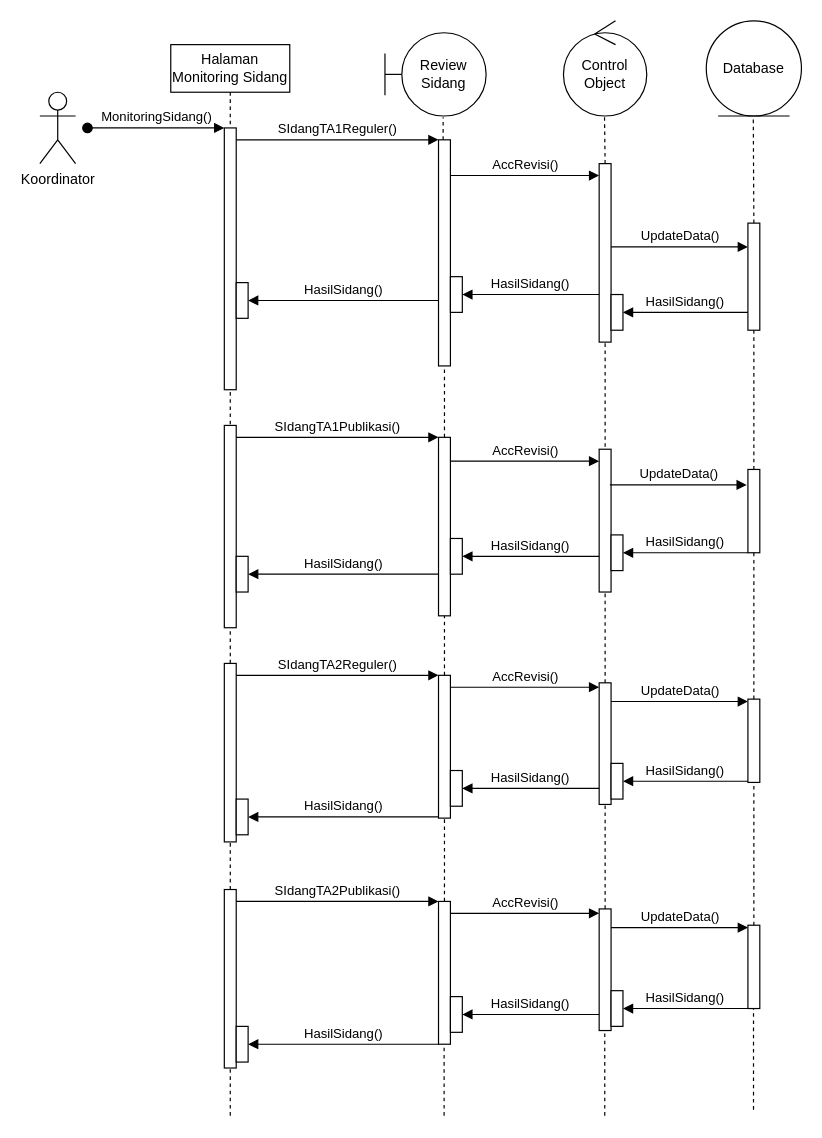
Earlier version of the draw.io diagram Website Bimbingan Online/Sequence Diagram/monitoring sidang.drawio (BagusCPaste/draw.io). Source tidied: cells renumbered, new cells numbered last; positions are measured from the earlier drawing's top-left corner, leaving out a move shared by most shapes. Both pictures are drawn from the tidied source at 119%, with x=0, y=0 at pixel (39, 20).
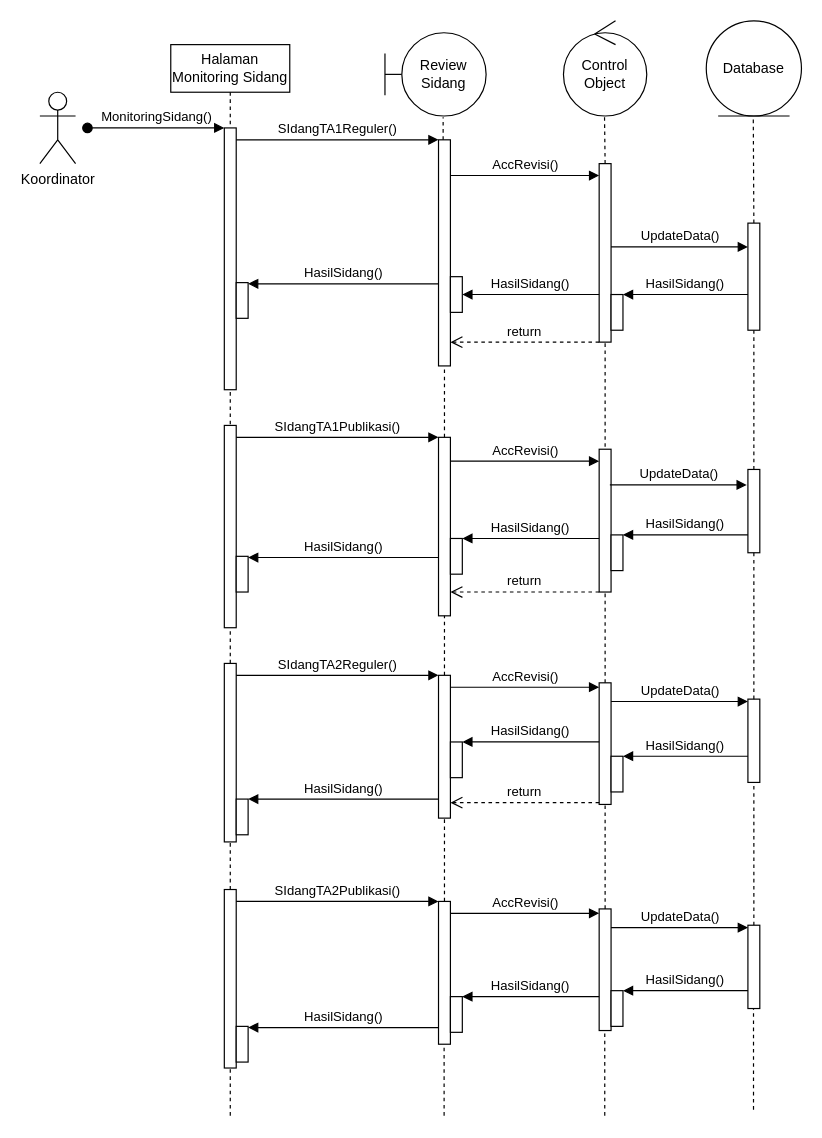
The same page after the edit.

The change refers to these unchanged cells:
```xml
<mxCell id="5" style="html=1;points=[[0,0,0,0,5],[0,1,0,0,-5],[1,0,0,0,5],[1,1,0,0,-5]];perimeter=orthogonalPerimeter;outlineConnect=0;targetShapes=umlLifeline;portConstraint=eastwest;newEdgeStyle={&quot;curved&quot;:0,&quot;rounded&quot;:0};" parent="2" vertex="1">
  <mxGeometry x="55" y="200" width="10" height="30" as="geometry" />
</mxCell>
<mxCell id="8" style="group;" parent="1" vertex="1">
  <mxGeometry x="440" width="70" height="370" as="geometry" />
</mxCell>
<mxCell id="25" style="group;" parent="23" vertex="1">
  <mxGeometry y="135" width="10" height="235" as="geometry" />
</mxCell>
<mxCell id="26" style="html=1;points=[];perimeter=orthogonalPerimeter;outlineConnect=0;targetShapes=umlLifeline;portConstraint=eastwest;newEdgeStyle={&quot;edgeStyle&quot;:&quot;elbowEdgeStyle&quot;,&quot;elbow&quot;:&quot;vertical&quot;,&quot;curved&quot;:0,&quot;rounded&quot;:0};" parent="25" vertex="1">
  <mxGeometry y="61.3" width="10" height="102.2" as="geometry" />
</mxCell>
<mxCell id="45" style="html=1;points=[];perimeter=orthogonalPerimeter;outlineConnect=0;targetShapes=umlLifeline;portConstraint=eastwest;newEdgeStyle={&quot;edgeStyle&quot;:&quot;elbowEdgeStyle&quot;,&quot;elbow&quot;:&quot;vertical&quot;,&quot;curved&quot;:0,&quot;rounded&quot;:0};" parent="1" vertex="1">
  <mxGeometry x="335" y="100" width="10" height="190" as="geometry" />
</mxCell>
<mxCell id="50" style="html=1;points=[[0,0,0,0,5],[0,1,0,0,-5],[1,0,0,0,5],[1,1,0,0,-5]];perimeter=orthogonalPerimeter;outlineConnect=0;targetShapes=umlLifeline;portConstraint=eastwest;newEdgeStyle={&quot;curved&quot;:0,&quot;rounded&quot;:0};" parent="1" vertex="1">
  <mxGeometry x="345" y="435" width="10" height="30" as="geometry" />
</mxCell>
<mxCell id="54" style="html=1;points=[[0,0,0,0,5],[0,1,0,0,-5],[1,0,0,0,5],[1,1,0,0,-5]];perimeter=orthogonalPerimeter;outlineConnect=0;targetShapes=umlLifeline;portConstraint=eastwest;newEdgeStyle={&quot;curved&quot;:0,&quot;rounded&quot;:0};" parent="1" vertex="1">
  <mxGeometry x="480" y="230" width="10" height="30" as="geometry" />
</mxCell>
<mxCell id="67" style="html=1;points=[[0,0,0,0,5],[0,1,0,0,-5],[1,0,0,0,5],[1,1,0,0,-5]];perimeter=orthogonalPerimeter;outlineConnect=0;targetShapes=umlLifeline;portConstraint=eastwest;newEdgeStyle={&quot;curved&quot;:0,&quot;rounded&quot;:0};" parent="1" vertex="1">
  <mxGeometry x="345" y="820" width="10" height="30" as="geometry" />
</mxCell>
<mxCell id="71" style="html=1;points=[[0,0,0,0,5],[0,1,0,0,-5],[1,0,0,0,5],[1,1,0,0,-5]];perimeter=orthogonalPerimeter;outlineConnect=0;targetShapes=umlLifeline;portConstraint=eastwest;newEdgeStyle={&quot;curved&quot;:0,&quot;rounded&quot;:0};" parent="1" vertex="1">
  <mxGeometry x="165" y="450" width="10" height="30" as="geometry" />
</mxCell>
<mxCell id="74" style="html=1;points=[[0,0,0,0,5],[0,1,0,0,-5],[1,0,0,0,5],[1,1,0,0,-5]];perimeter=orthogonalPerimeter;outlineConnect=0;targetShapes=umlLifeline;portConstraint=eastwest;newEdgeStyle={&quot;curved&quot;:0,&quot;rounded&quot;:0};" parent="1" vertex="1">
  <mxGeometry x="480" y="432" width="10" height="30" as="geometry" />
</mxCell>
<mxCell id="78" style="html=1;points=[[0,0,0,0,5],[0,1,0,0,-5],[1,0,0,0,5],[1,1,0,0,-5]];perimeter=orthogonalPerimeter;outlineConnect=0;targetShapes=umlLifeline;portConstraint=eastwest;newEdgeStyle={&quot;curved&quot;:0,&quot;rounded&quot;:0};" parent="1" vertex="1">
  <mxGeometry x="480" y="815" width="10" height="30" as="geometry" />
</mxCell>
<mxCell id="79" style="html=1;points=[[0,0,0,0,5],[0,1,0,0,-5],[1,0,0,0,5],[1,1,0,0,-5]];perimeter=orthogonalPerimeter;outlineConnect=0;targetShapes=umlLifeline;portConstraint=eastwest;newEdgeStyle={&quot;curved&quot;:0,&quot;rounded&quot;:0};" parent="1" vertex="1">
  <mxGeometry x="165" y="654" width="10" height="30" as="geometry" />
</mxCell>
<mxCell id="81" style="html=1;points=[[0,0,0,0,5],[0,1,0,0,-5],[1,0,0,0,5],[1,1,0,0,-5]];perimeter=orthogonalPerimeter;outlineConnect=0;targetShapes=umlLifeline;portConstraint=eastwest;newEdgeStyle={&quot;curved&quot;:0,&quot;rounded&quot;:0};" parent="1" vertex="1">
  <mxGeometry x="165" y="845" width="10" height="30" as="geometry" />
</mxCell>
```

What changed in the source:
```diff
@@
+    <mxCell id="83" value="return" style="html=1;verticalAlign=bottom;endArrow=open;dashed=1;endSize=8;edgeStyle=elbowEdgeStyle;elbow=vertical;curved=0;rounded=0;" parent="8" edge="1">
+      <mxGeometry relative="1" as="geometry">
+        <mxPoint x="30" y="270" as="sourcePoint" />
+        <mxPoint x="-95" y="270.5" as="targetPoint" />
+        <Array as="points">
+          <mxPoint x="45" y="270" />
+        </Array>
+      </mxGeometry>
+    </mxCell>
@@
+    <mxCell id="84" value="return" style="html=1;verticalAlign=bottom;endArrow=open;dashed=1;endSize=8;edgeStyle=elbowEdgeStyle;elbow=vertical;curved=0;rounded=0;" parent="25" edge="1" source="26">
+      <mxGeometry relative="1" as="geometry">
+        <mxPoint x="-125" y="162.5" as="targetPoint" />
+        <Array as="points">
+          <mxPoint x="15" y="162" />
+        </Array>
+      </mxGeometry>
+    </mxCell>
@@
-    <mxCell id="49" value="HasilSidang()" style="html=1;verticalAlign=bottom;endArrow=block;edgeStyle=elbowEdgeStyle;elbow=horizontal;curved=0;rounded=0;" parent="1" edge="1" target="50">
+    <mxCell id="49" value="HasilSidang()" style="html=1;verticalAlign=bottom;endArrow=block;edgeStyle=elbowEdgeStyle;elbow=horizontal;curved=0;rounded=0;" parent="1" edge="1">
       <mxGeometry relative="1" as="geometry">
-        <mxPoint x="470" y="450" as="sourcePoint" />
+        <mxPoint x="470" y="435" as="sourcePoint" />
+        <mxPoint x="355" y="435" as="targetPoint" />
         <Array as="points">
-          <mxPoint x="430" y="450" />
+          <mxPoint x="430" y="435" />
         </Array>
       </mxGeometry>
     </mxCell>
@@
-    <mxCell id="51" value="HasilSidang()" style="html=1;verticalAlign=bottom;endArrow=block;edgeStyle=elbowEdgeStyle;elbow=vertical;curved=0;rounded=0;" parent="1" edge="1" target="52">
+    <mxCell id="51" value="HasilSidang()" style="html=1;verticalAlign=bottom;endArrow=block;edgeStyle=elbowEdgeStyle;elbow=vertical;curved=0;rounded=0;" parent="1" edge="1">
       <mxGeometry relative="1" as="geometry">
-        <mxPoint x="470" y="645" as="sourcePoint" />
+        <mxPoint x="470" y="606" as="sourcePoint" />
+        <mxPoint x="355" y="606" as="targetPoint" />
         <Array as="points">
-          <mxPoint x="430" y="645" />
+          <mxPoint x="430" y="606" />
         </Array>
       </mxGeometry>
     </mxCell>
     <mxCell id="52" style="html=1;points=[[0,0,0,0,5],[0,1,0,0,-5],[1,0,0,0,5],[1,1,0,0,-5]];perimeter=orthogonalPerimeter;outlineConnect=0;targetShapes=umlLifeline;portConstraint=eastwest;newEdgeStyle={&quot;curved&quot;:0,&quot;rounded&quot;:0};" parent="1" vertex="1">
-      <mxGeometry x="345" y="630" width="10" height="30" as="geometry" />
+      <mxGeometry x="345" y="606" width="10" height="30" as="geometry" />
     </mxCell>
-    <mxCell id="53" value="HasilSidang()" style="html=1;verticalAlign=bottom;endArrow=block;edgeStyle=elbowEdgeStyle;elbow=vertical;curved=0;rounded=0;" parent="1" edge="1" target="54">
+    <mxCell id="53" value="HasilSidang()" style="html=1;verticalAlign=bottom;endArrow=block;edgeStyle=elbowEdgeStyle;elbow=vertical;curved=0;rounded=0;" parent="1" edge="1">
       <mxGeometry relative="1" as="geometry">
-        <mxPoint x="595" y="245" as="sourcePoint" />
+        <mxPoint x="595" y="230" as="sourcePoint" />
+        <mxPoint x="490" y="230" as="targetPoint" />
         <Array as="points">
-          <mxPoint x="565" y="245" />
+          <mxPoint x="565" y="230" />
         </Array>
       </mxGeometry>
     </mxCell>
@@
-    <mxCell id="66" value="HasilSidang()" style="html=1;verticalAlign=bottom;endArrow=block;edgeStyle=elbowEdgeStyle;elbow=vertical;curved=0;rounded=0;" parent="1" edge="1" target="67">
+    <mxCell id="66" value="HasilSidang()" style="html=1;verticalAlign=bottom;endArrow=block;edgeStyle=elbowEdgeStyle;elbow=vertical;curved=0;rounded=0;" parent="1" edge="1">
       <mxGeometry relative="1" as="geometry">
-        <mxPoint x="470" y="835" as="sourcePoint" />
+        <mxPoint x="470" y="820" as="sourcePoint" />
+        <mxPoint x="355" y="820" as="targetPoint" />
         <Array as="points">
-          <mxPoint x="430" y="835" />
+          <mxPoint x="430" y="820" />
         </Array>
       </mxGeometry>
     </mxCell>
@@
-    <mxCell id="70" value="HasilSidang()" style="html=1;verticalAlign=bottom;endArrow=block;edgeStyle=elbowEdgeStyle;elbow=horizontal;curved=0;rounded=0;" parent="1" edge="1" source="45" target="5">
+    <mxCell id="70" value="HasilSidang()" style="html=1;verticalAlign=bottom;endArrow=block;edgeStyle=elbowEdgeStyle;elbow=horizontal;curved=0;rounded=0;" parent="1" edge="1">
       <mxGeometry relative="1" as="geometry">
+        <mxPoint x="335" y="221" as="sourcePoint" />
+        <mxPoint x="175" y="221" as="targetPoint" />
         <Array as="points">
-          <mxPoint x="250" y="235" />
+          <mxPoint x="250" y="221" />
         </Array>
       </mxGeometry>
     </mxCell>
@@
-    <mxCell id="72" value="HasilSidang()" style="html=1;verticalAlign=bottom;endArrow=block;edgeStyle=elbowEdgeStyle;elbow=horizontal;curved=0;rounded=0;" parent="1" edge="1" target="71">
+    <mxCell id="72" value="HasilSidang()" style="html=1;verticalAlign=bottom;endArrow=block;edgeStyle=elbowEdgeStyle;elbow=horizontal;curved=0;rounded=0;" parent="1" edge="1">
       <mxGeometry relative="1" as="geometry">
-        <mxPoint x="335" y="465" as="sourcePoint" />
+        <mxPoint x="335" y="451" as="sourcePoint" />
+        <mxPoint x="175" y="451" as="targetPoint" />
         <Array as="points">
-          <mxPoint x="250" y="465" />
+          <mxPoint x="250" y="451" />
         </Array>
       </mxGeometry>
     </mxCell>
-    <mxCell id="73" value="HasilSidang()" style="html=1;verticalAlign=bottom;endArrow=block;edgeStyle=elbowEdgeStyle;elbow=vertical;curved=0;rounded=0;" parent="1" edge="1" target="74">
+    <mxCell id="73" value="HasilSidang()" style="html=1;verticalAlign=bottom;endArrow=block;edgeStyle=elbowEdgeStyle;elbow=vertical;curved=0;rounded=0;" parent="1" edge="1">
       <mxGeometry relative="1" as="geometry">
-        <mxPoint x="595" y="447" as="sourcePoint" />
+        <mxPoint x="595" y="432" as="sourcePoint" />
+        <mxPoint x="490" y="432" as="targetPoint" />
         <Array as="points">
-          <mxPoint x="565" y="447" />
+          <mxPoint x="565" y="432" />
         </Array>
       </mxGeometry>
     </mxCell>
@@
-    <mxCell id="75" value="HasilSidang()" style="html=1;verticalAlign=bottom;endArrow=block;edgeStyle=elbowEdgeStyle;elbow=vertical;curved=0;rounded=0;" parent="1" edge="1" target="76">
+    <mxCell id="75" value="HasilSidang()" style="html=1;verticalAlign=bottom;endArrow=block;edgeStyle=elbowEdgeStyle;elbow=vertical;curved=0;rounded=0;" parent="1" edge="1">
       <mxGeometry relative="1" as="geometry">
-        <mxPoint x="595" y="639" as="sourcePoint" />
+        <mxPoint x="595" y="618" as="sourcePoint" />
+        <mxPoint x="490" y="618" as="targetPoint" />
         <Array as="points">
-          <mxPoint x="565" y="639" />
+          <mxPoint x="565" y="618" />
         </Array>
       </mxGeometry>
     </mxCell>
     <mxCell id="76" style="html=1;points=[[0,0,0,0,5],[0,1,0,0,-5],[1,0,0,0,5],[1,1,0,0,-5]];perimeter=orthogonalPerimeter;outlineConnect=0;targetShapes=umlLifeline;portConstraint=eastwest;newEdgeStyle={&quot;curved&quot;:0,&quot;rounded&quot;:0};" parent="1" vertex="1">
-      <mxGeometry x="480" y="624" width="10" height="30" as="geometry" />
+      <mxGeometry x="480" y="618" width="10" height="30" as="geometry" />
     </mxCell>
-    <mxCell id="77" value="HasilSidang()" style="html=1;verticalAlign=bottom;endArrow=block;edgeStyle=elbowEdgeStyle;elbow=vertical;curved=0;rounded=0;" parent="1" edge="1" target="78">
+    <mxCell id="77" value="HasilSidang()" style="html=1;verticalAlign=bottom;endArrow=block;edgeStyle=elbowEdgeStyle;elbow=vertical;curved=0;rounded=0;" parent="1" edge="1">
       <mxGeometry relative="1" as="geometry">
-        <mxPoint x="595" y="830" as="sourcePoint" />
+        <mxPoint x="595" y="815" as="sourcePoint" />
+        <mxPoint x="490" y="815" as="targetPoint" />
         <Array as="points">
-          <mxPoint x="565" y="830" />
+          <mxPoint x="565" y="815" />
         </Array>
       </mxGeometry>
     </mxCell>
@@
-    <mxCell id="80" value="HasilSidang()" style="html=1;verticalAlign=bottom;endArrow=block;edgeStyle=elbowEdgeStyle;elbow=horizontal;curved=0;rounded=0;" parent="1" edge="1" target="79">
+    <mxCell id="80" value="HasilSidang()" style="html=1;verticalAlign=bottom;endArrow=block;edgeStyle=elbowEdgeStyle;elbow=horizontal;curved=0;rounded=0;" parent="1" edge="1">
       <mxGeometry relative="1" as="geometry">
-        <mxPoint x="335" y="669" as="sourcePoint" />
+        <mxPoint x="335" y="654" as="sourcePoint" />
+        <mxPoint x="175" y="654" as="targetPoint" />
         <Array as="points">
-          <mxPoint x="250" y="669" />
+          <mxPoint x="250" y="654" />
         </Array>
       </mxGeometry>
     </mxCell>
@@
-    <mxCell id="82" value="HasilSidang()" style="html=1;verticalAlign=bottom;endArrow=block;edgeStyle=elbowEdgeStyle;elbow=horizontal;curved=0;rounded=0;" parent="1" edge="1" target="81">
+    <mxCell id="82" value="HasilSidang()" style="html=1;verticalAlign=bottom;endArrow=block;edgeStyle=elbowEdgeStyle;elbow=horizontal;curved=0;rounded=0;" parent="1" edge="1">
       <mxGeometry relative="1" as="geometry">
-        <mxPoint x="335" y="860" as="sourcePoint" />
+        <mxPoint x="335" y="846" as="sourcePoint" />
+        <mxPoint x="175" y="846" as="targetPoint" />
         <Array as="points">
-          <mxPoint x="250" y="860" />
+          <mxPoint x="250" y="846" />
         </Array>
       </mxGeometry>
     </mxCell>
+    <mxCell id="85" value="return" style="html=1;verticalAlign=bottom;endArrow=open;dashed=1;endSize=8;edgeStyle=elbowEdgeStyle;elbow=vertical;curved=0;rounded=0;" parent="1" edge="1">
+      <mxGeometry relative="1" as="geometry">
+        <mxPoint x="470" y="480" as="sourcePoint" />
+        <mxPoint x="345" y="480.5" as="targetPoint" />
+        <Array as="points">
+          <mxPoint x="485" y="480" />
+        </Array>
+      </mxGeometry>
+    </mxCell>
```
